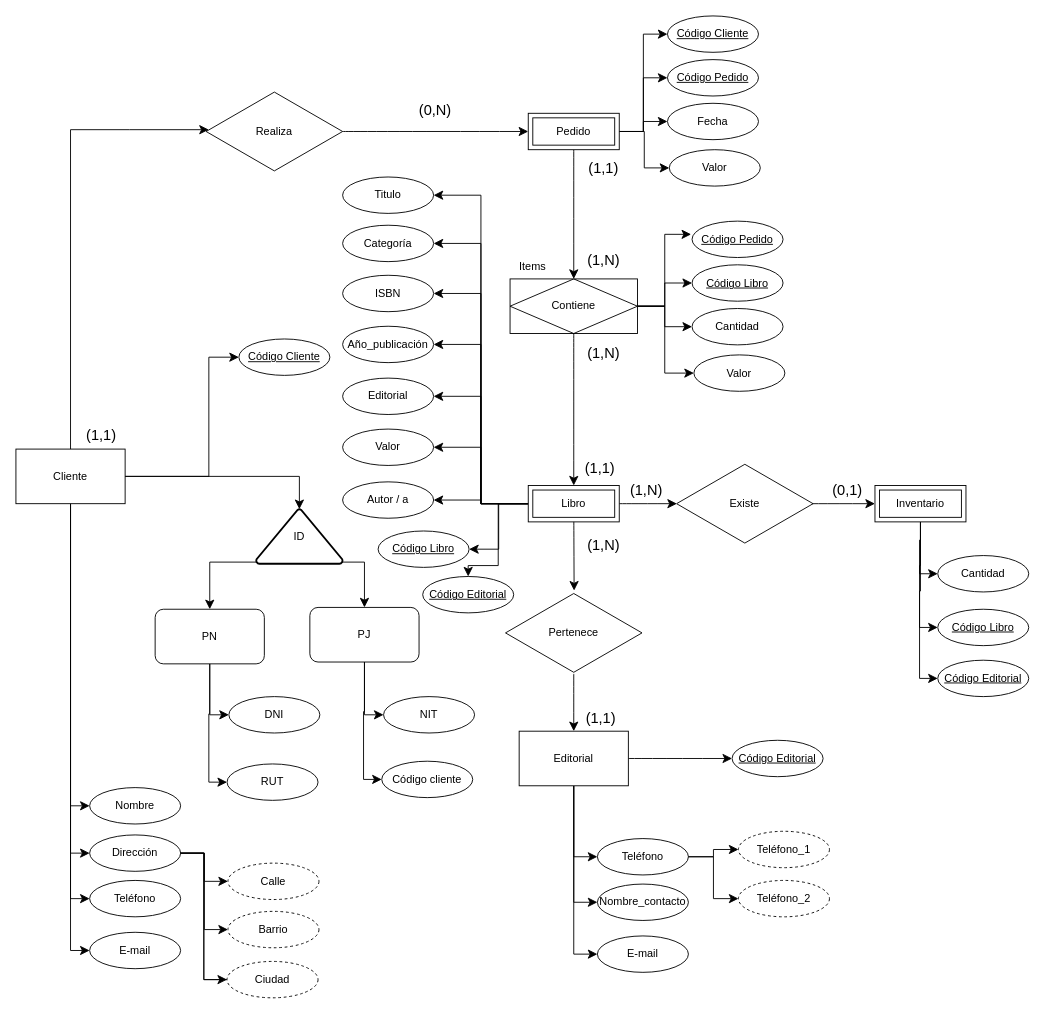
Above: page "Modelo_Conceptual" (1 of 2) of Diagrama sin título.drawio in ollin02/digramas (draw.io), before the change. Source tidied: cells renumbered, new cells numbered last; positions are measured from the earlier drawing's top-left corner, leaving out a move shared by most shapes. Both pictures are drawn from the tidied source at 91%, with x=0, y=0 at pixel (15, 15).
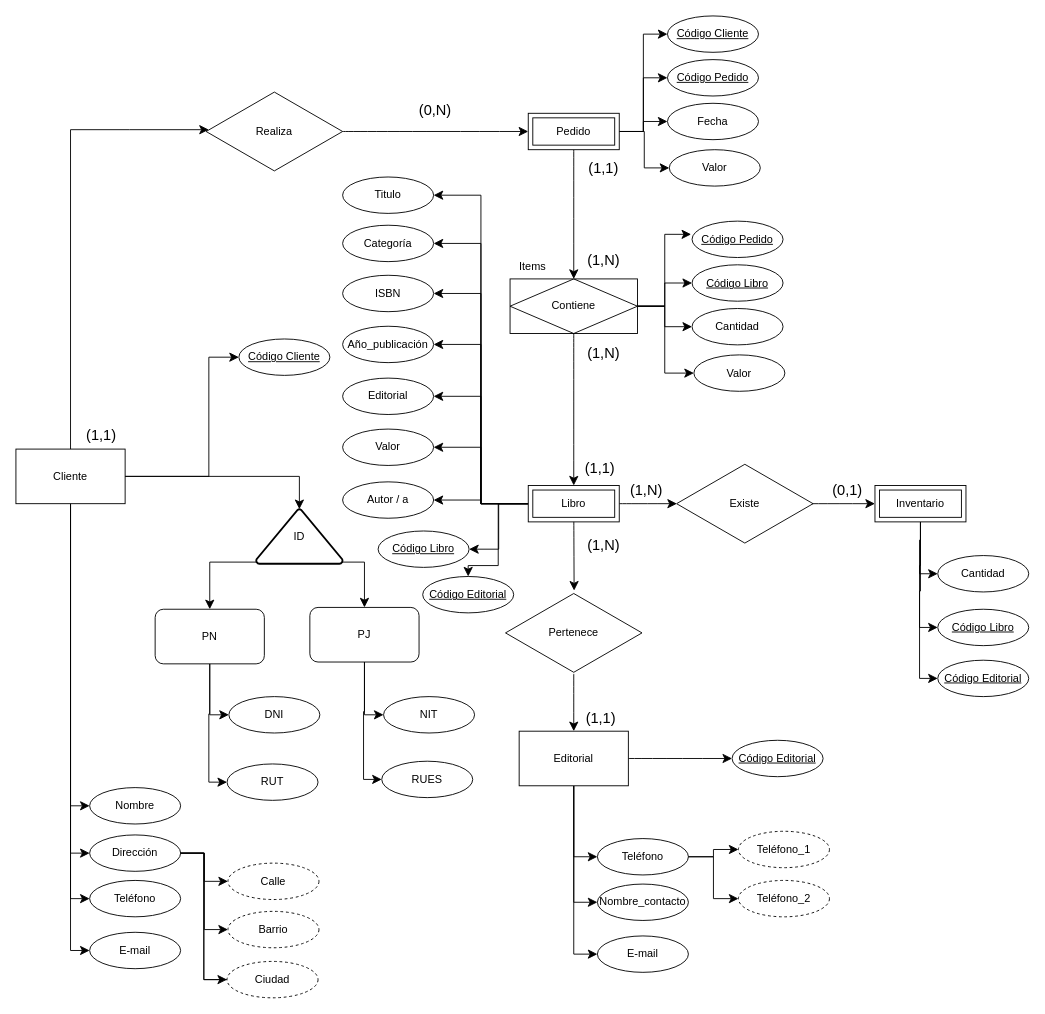
The same diagram, later.

Change to the diagram source:
```diff
@@
-    <mxCell id="19" value="Código cliente" style="ellipse;whiteSpace=wrap;html=1;align=center;newEdgeStyle={&quot;edgeStyle&quot;:&quot;entityRelationEdgeStyle&quot;,&quot;startArrow&quot;:&quot;none&quot;,&quot;endArrow&quot;:&quot;none&quot;,&quot;segment&quot;:10,&quot;curved&quot;:1,&quot;sourcePerimeterSpacing&quot;:0,&quot;targetPerimeterSpacing&quot;:0};" parent="1" vertex="1">
+    <mxCell id="19" value="RUES" style="ellipse;whiteSpace=wrap;html=1;align=center;newEdgeStyle={&quot;edgeStyle&quot;:&quot;entityRelationEdgeStyle&quot;,&quot;startArrow&quot;:&quot;none&quot;,&quot;endArrow&quot;:&quot;none&quot;,&quot;segment&quot;:10,&quot;curved&quot;:1,&quot;sourcePerimeterSpacing&quot;:0,&quot;targetPerimeterSpacing&quot;:0};" parent="1" vertex="1">
       <mxGeometry x="402" y="819" width="100" height="40" as="geometry" />
     </mxCell>
```
